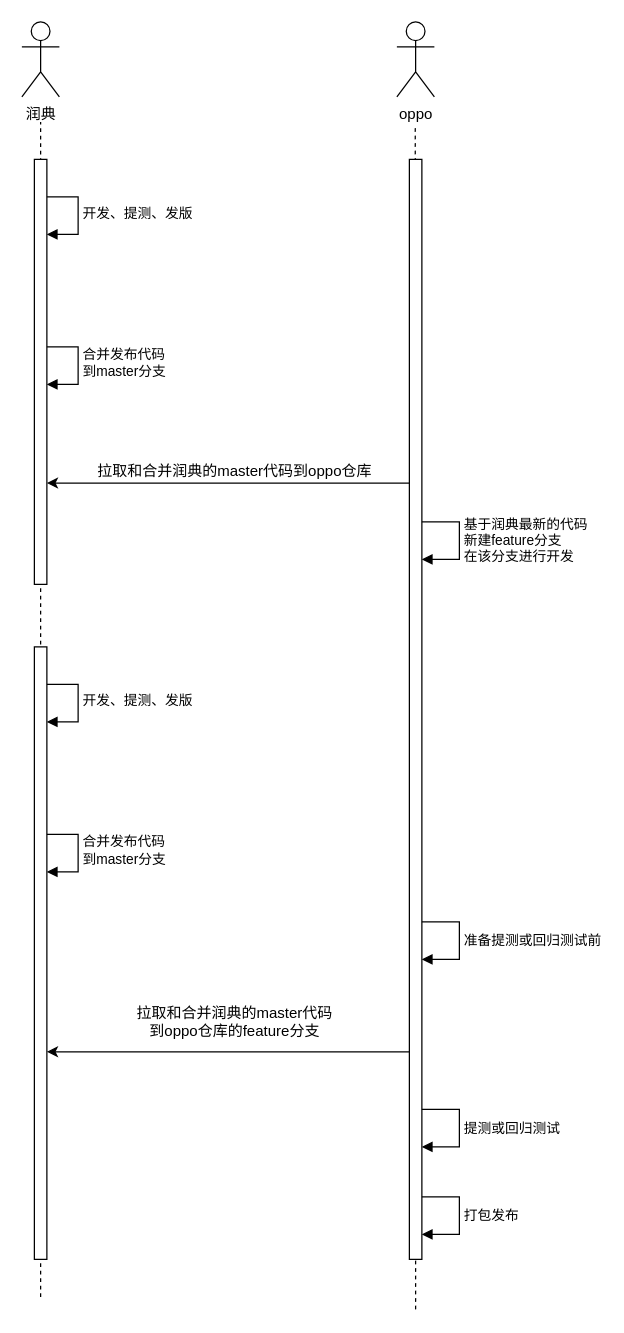
Earlier version of the draw.io diagram 润典协作2.drawio (Hantron/jira). Source tidied: cells renumbered, new cells numbered last; positions are measured from the earlier drawing's top-left corner, leaving out a move shared by most shapes. Both pictures are drawn from the tidied source at 125%, with x=0, y=0 at pixel (21, 21).
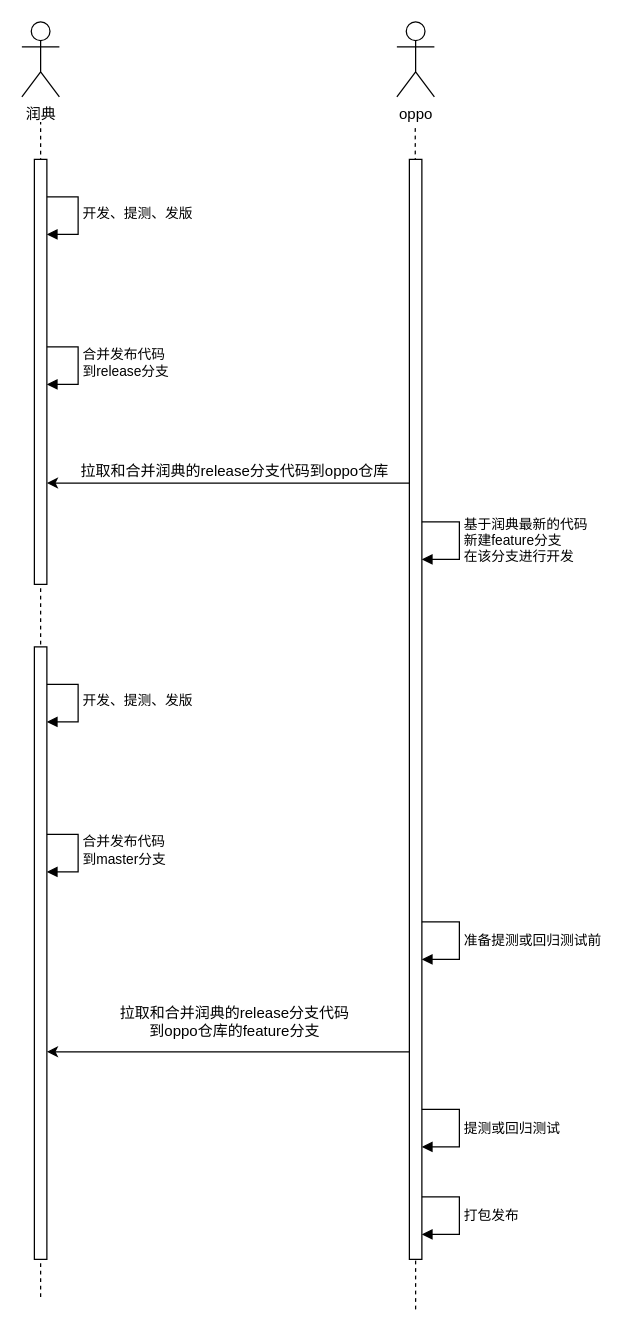
Above is the later version.

Commit message (it also covers changes not shown here):
更新润典协作2.drawio

What changed in the source:
```diff
@@
-    <mxCell id="9" value="拉取和合并润典的master代码到oppo仓库" style="text;html=1;align=center;verticalAlign=middle;strokeColor=none;fillColor=none;" parent="1" vertex="1">
-      <mxGeometry x="50" y="345" width="240" height="30" as="geometry" />
+    <mxCell id="9" value="拉取和合并润典的release分支代码到oppo仓库" style="text;html=1;align=center;verticalAlign=middle;strokeColor=none;fillColor=none;" parent="1" vertex="1">
+      <mxGeometry x="35" y="345" width="270" height="30" as="geometry" />
     </mxCell>
@@
-    <mxCell id="12" value="合并发布代码&lt;div&gt;到master分支&lt;/div&gt;" style="html=1;align=left;spacingLeft=2;endArrow=block;rounded=0;edgeStyle=orthogonalEdgeStyle;curved=0;rounded=0;" parent="1" edge="1">
+    <mxCell id="12" value="合并发布代码&lt;div&gt;到release分支&lt;/div&gt;" style="html=1;align=left;spacingLeft=2;endArrow=block;rounded=0;edgeStyle=orthogonalEdgeStyle;curved=0;rounded=0;" parent="1" edge="1">
       <mxGeometry relative="1" as="geometry">
         <mxPoint x="15" y="260" as="sourcePoint" />
         <mxPoint x="20" y="290" as="targetPoint" />
         <Array as="points">
           <mxPoint x="45" y="290" />
         </Array>
       </mxGeometry>
     </mxCell>
@@
-    <mxCell id="22" value="拉取和合并润典的master代码&lt;div&gt;到oppo仓库的feature分支&lt;/div&gt;" style="text;html=1;align=center;verticalAlign=middle;strokeColor=none;fillColor=none;" parent="1" vertex="1">
-      <mxGeometry x="80" y="780" width="180" height="40" as="geometry" />
+    <mxCell id="22" value="拉取和合并润典的release分支代码&lt;div&gt;到oppo仓库的feature分支&lt;/div&gt;" style="text;html=1;align=center;verticalAlign=middle;strokeColor=none;fillColor=none;" parent="1" vertex="1">
+      <mxGeometry x="65" y="780" width="210" height="40" as="geometry" />
     </mxCell>
```
